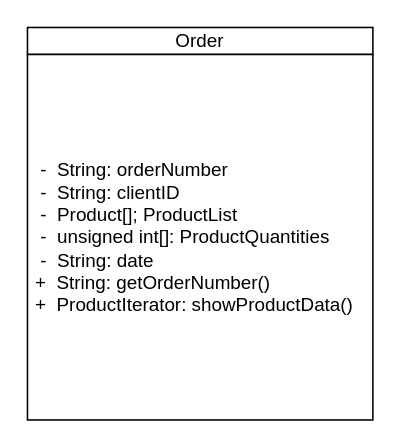
Earlier version of the draw.io diagram Project_1/Class_Diagrams/Order Class Diagram.drawio (chrismd2/CSci-430-Group-11). Source tidied: cells renumbered, new cells numbered last; positions are measured from the earlier drawing's top-left corner, leaving out a move shared by most shapes. Both pictures are drawn from the tidied source at 157%, with x=0, y=0 at pixel (27, 27).
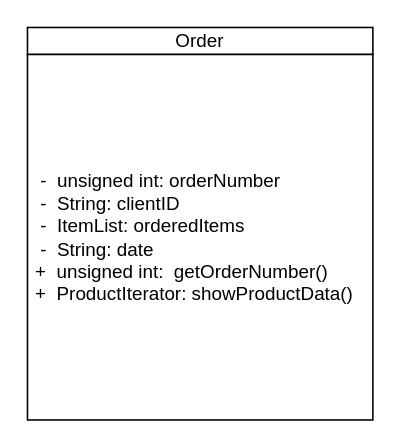
The same page after the edit.

The edit, as a diff of the source:
```diff
@@
 <mxGraphModel>
   <root>
     <mxCell id="0" />
     <mxCell id="1" parent="0" />
     <mxCell id="2" value="-" style="group;" parent="1" vertex="1">
       <mxGeometry width="220" height="250" as="geometry" />
     </mxCell>
     <mxCell id="3" value="Order" style="text;html=1;align=center;verticalAlign=middle;whiteSpace=wrap;rounded=0;strokeColor=#000000;fillColor=#ffffff;" parent="2" vertex="1">
       <mxGeometry width="220" height="17.2" as="geometry" />
     </mxCell>
-    <mxCell id="4" value="&amp;nbsp; -&amp;nbsp; String: orderNumber&lt;br&gt;&amp;nbsp; -&amp;nbsp; String: clientID&lt;br&gt;&amp;nbsp; -&amp;nbsp; Product[]; ProductList&lt;br&gt;&amp;nbsp; -&amp;nbsp; unsigned int[]: ProductQuantities&lt;br&gt;&amp;nbsp; -&amp;nbsp; String: date&lt;br&gt;&amp;nbsp;+&amp;nbsp; String: getOrderNumber()&lt;br&gt;&amp;nbsp;+&amp;nbsp; ProductIterator: showProductData()" style="text;html=1;align=left;verticalAlign=middle;whiteSpace=wrap;rounded=0;strokeColor=#000000;fillColor=#ffffff;" parent="2" vertex="1">
+    <mxCell id="4" value="&amp;nbsp; -&amp;nbsp; unsigned int: orderNumber&lt;br&gt;&amp;nbsp; -&amp;nbsp; String: clientID&lt;br&gt;&amp;nbsp; -&amp;nbsp; ItemList: orderedItems&lt;br&gt;&amp;nbsp; -&amp;nbsp; String: date&lt;br&gt;&amp;nbsp;+&amp;nbsp; unsigned int:&amp;nbsp; getOrderNumber()&lt;br&gt;&amp;nbsp;+&amp;nbsp; ProductIterator: showProductData()" style="text;html=1;align=left;verticalAlign=middle;whiteSpace=wrap;rounded=0;strokeColor=#000000;fillColor=#ffffff;" parent="2" vertex="1">
       <mxGeometry y="17.2" width="220" height="232.8" as="geometry" />
     </mxCell>
   </root>
 </mxGraphModel>
```
